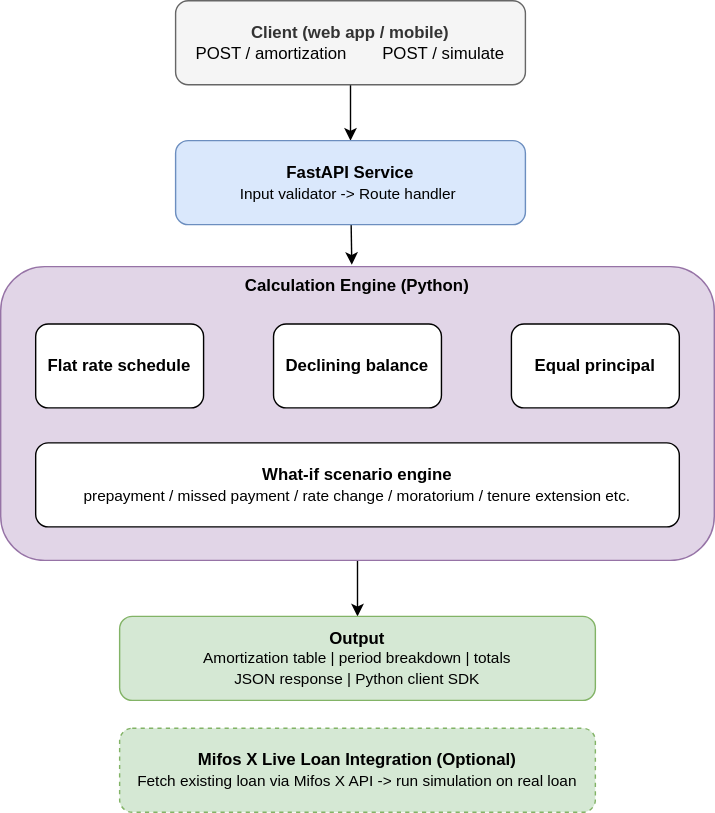
Niuniu-Li-229/2026-GSoC-Mifos keeps this draw.io diagram as Loan Simulator/Loan Amortization and What-if Scenarios.drawio.svg. Above is the earlier version. Source tidied: cells renumbered, new cells last; positions are measured from the earlier drawing's top-left corner, leaving out a move shared by most shapes.
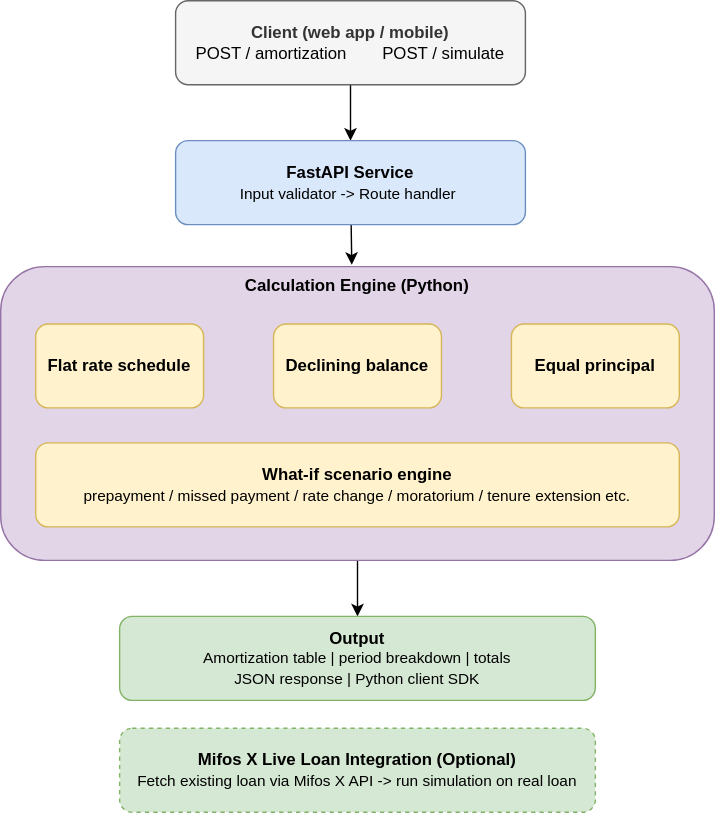
The same diagram one commit later.

What changed in the source:
```diff
@@ -20,16 +20,16 @@
     <mxCell id="7" value="&lt;b&gt;FastAPI Service&lt;/b&gt;&lt;div&gt;&lt;font style=&quot;font-size: 11px; color: light-dark(rgb(0, 0, 0), rgb(102, 102, 102));&quot;&gt;Input validator -&amp;gt; Route handler&amp;nbsp;&lt;/font&gt;&lt;/div&gt;" style="whiteSpace=wrap;html=1;fillColor=#dae8fc;strokeColor=#6c8ebf;rounded=1;" parent="1" vertex="1">
       <mxGeometry x="125" y="100" width="250" height="60" as="geometry" />
     </mxCell>
-    <mxCell id="8" value="&lt;b&gt;Flat rate schedule&lt;/b&gt;" style="rounded=1;whiteSpace=wrap;html=1;" parent="1" vertex="1">
+    <mxCell id="8" value="&lt;b&gt;Flat rate schedule&lt;/b&gt;" style="rounded=1;whiteSpace=wrap;html=1;fillColor=#fff2cc;strokeColor=#d6b656;" parent="1" vertex="1">
       <mxGeometry x="25" y="231" width="120" height="60" as="geometry" />
     </mxCell>
-    <mxCell id="9" value="&lt;b&gt;Declining balance&lt;/b&gt;" style="rounded=1;whiteSpace=wrap;html=1;" parent="1" vertex="1">
+    <mxCell id="9" value="&lt;b&gt;Declining balance&lt;/b&gt;" style="rounded=1;whiteSpace=wrap;html=1;fillColor=#fff2cc;strokeColor=#d6b656;" parent="1" vertex="1">
       <mxGeometry x="195" y="231" width="120" height="60" as="geometry" />
     </mxCell>
-    <mxCell id="10" value="&lt;b&gt;Equal principal&lt;/b&gt;" style="rounded=1;whiteSpace=wrap;html=1;" parent="1" vertex="1">
+    <mxCell id="10" value="&lt;b&gt;Equal principal&lt;/b&gt;" style="rounded=1;whiteSpace=wrap;html=1;fillColor=#fff2cc;strokeColor=#d6b656;" parent="1" vertex="1">
       <mxGeometry x="365" y="231" width="120" height="60" as="geometry" />
     </mxCell>
-    <mxCell id="11" value="&lt;b&gt;What-if scenario engine&lt;/b&gt;&lt;div&gt;&lt;font style=&quot;font-size: 11px; color: light-dark(rgb(0, 0, 0), rgb(102, 102, 102));&quot;&gt;prepayment / missed payment / rate change / moratorium / tenure extension etc.&lt;/font&gt;&lt;/div&gt;" style="rounded=1;whiteSpace=wrap;html=1;" parent="1" vertex="1">
+    <mxCell id="11" value="&lt;b&gt;What-if scenario engine&lt;/b&gt;&lt;div&gt;&lt;font style=&quot;font-size: 11px; color: light-dark(rgb(0, 0, 0), rgb(102, 102, 102));&quot;&gt;prepayment / missed payment / rate change / moratorium / tenure extension etc.&lt;/font&gt;&lt;/div&gt;" style="rounded=1;whiteSpace=wrap;html=1;fillColor=#fff2cc;strokeColor=#d6b656;" parent="1" vertex="1">
       <mxGeometry x="25" y="316" width="460" height="60" as="geometry" />
     </mxCell>
     <mxCell id="12" value="&lt;b&gt;Output&lt;/b&gt;&lt;div&gt;&lt;font style=&quot;font-size: 11px; color: light-dark(rgb(0, 0, 0), rgb(102, 102, 102));&quot;&gt;Amortization table | period breakdown | totals&lt;/font&gt;&lt;/div&gt;&lt;div&gt;&lt;font style=&quot;font-size: 11px; color: light-dark(rgb(0, 0, 0), rgb(102, 102, 102));&quot;&gt;JSON response | Python client SDK&lt;/font&gt;&lt;/div&gt;" style="whiteSpace=wrap;html=1;verticalAlign=middle;fillColor=#d5e8d4;strokeColor=#82b366;rounded=1;align=center;" parent="1" vertex="1">
```
